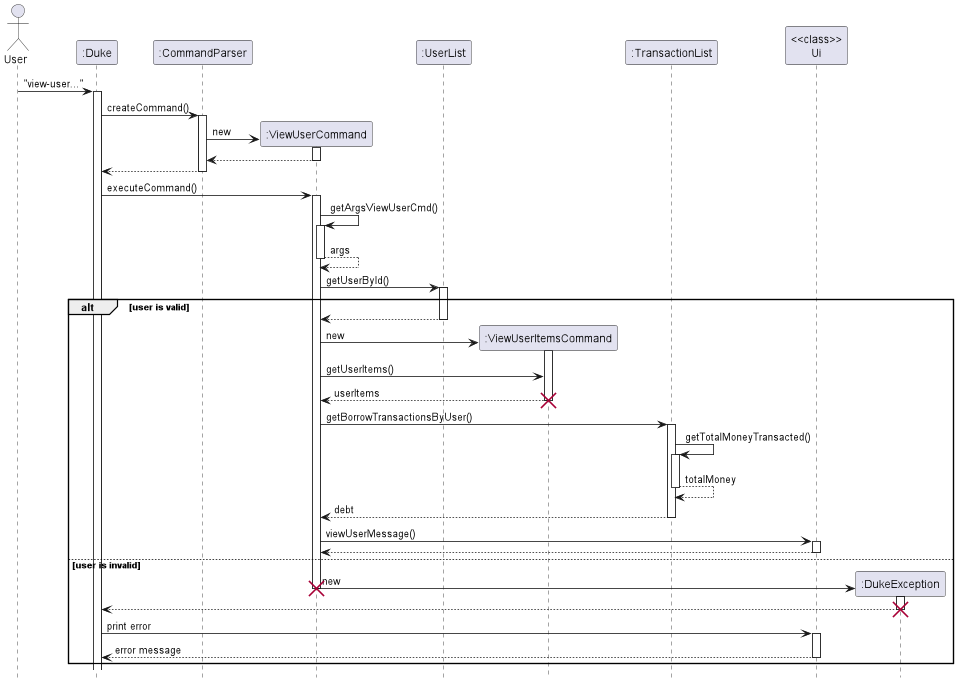
Earlier version of the PlantUML export docs/images/ViewUserSequence.png (nus-cs2113-AY2223S1/tp).
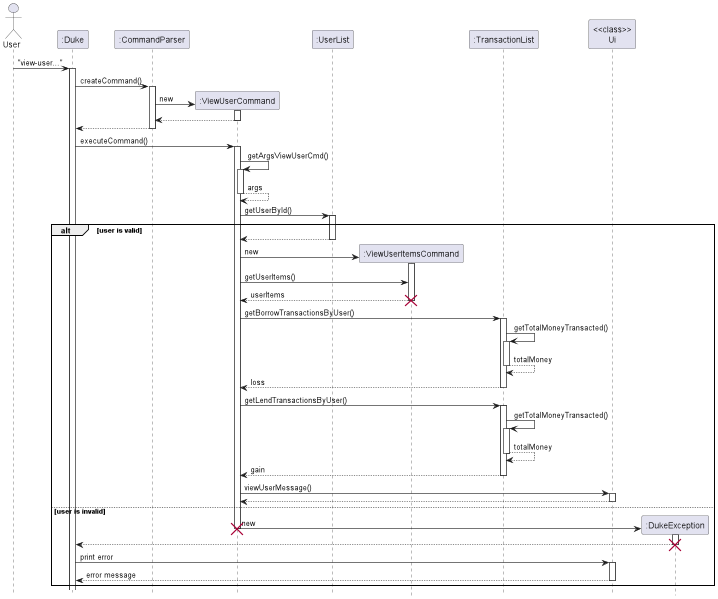
After the commit.

Commit message:
updated DG to include view user's loss in view user sequence diagram

Change to the diagram source:
```diff
@@ -32,7 +32,13 @@
     ":TransactionList" -> ":TransactionList": getTotalMoneyTransacted()
     activate ":TransactionList"
     return totalMoney
-    return debt
+    return loss
+    ":ViewUserCommand" -> ":TransactionList": getLendTransactionsByUser()
+    activate ":TransactionList"
+    ":TransactionList" -> ":TransactionList": getTotalMoneyTransacted()
+    activate ":TransactionList"
+    return totalMoney
+    return gain
     ":ViewUserCommand" -> "<<class>>\nUi": viewUserMessage()
     activate "<<class>>\nUi"
     return
```
